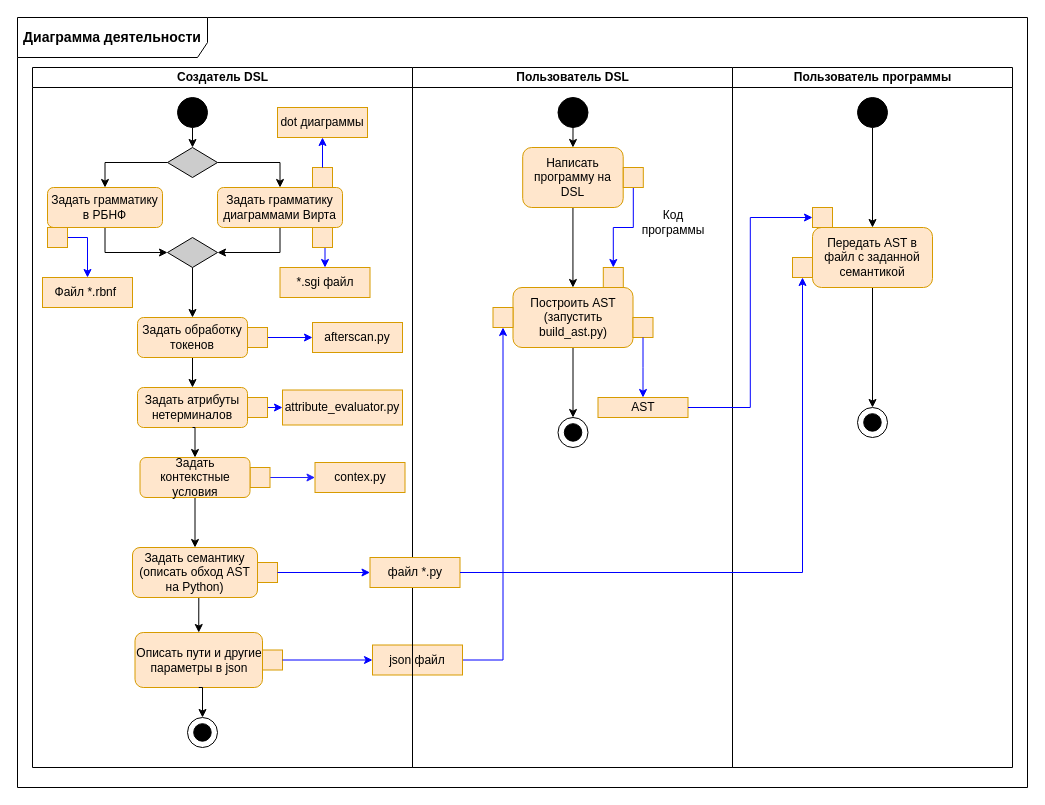
Before: _docs/raw_diagrams/activity_diagram.drawio in aVorotnikov/dsl_generator, a draw.io diagram. Source tidied: cells renumbered, new cells numbered last; positions are measured from the earlier drawing's top-left corner, leaving out a move shared by most shapes. Both pictures are drawn from the tidied source at 100%, with x=0, y=0 at pixel (17, 17).
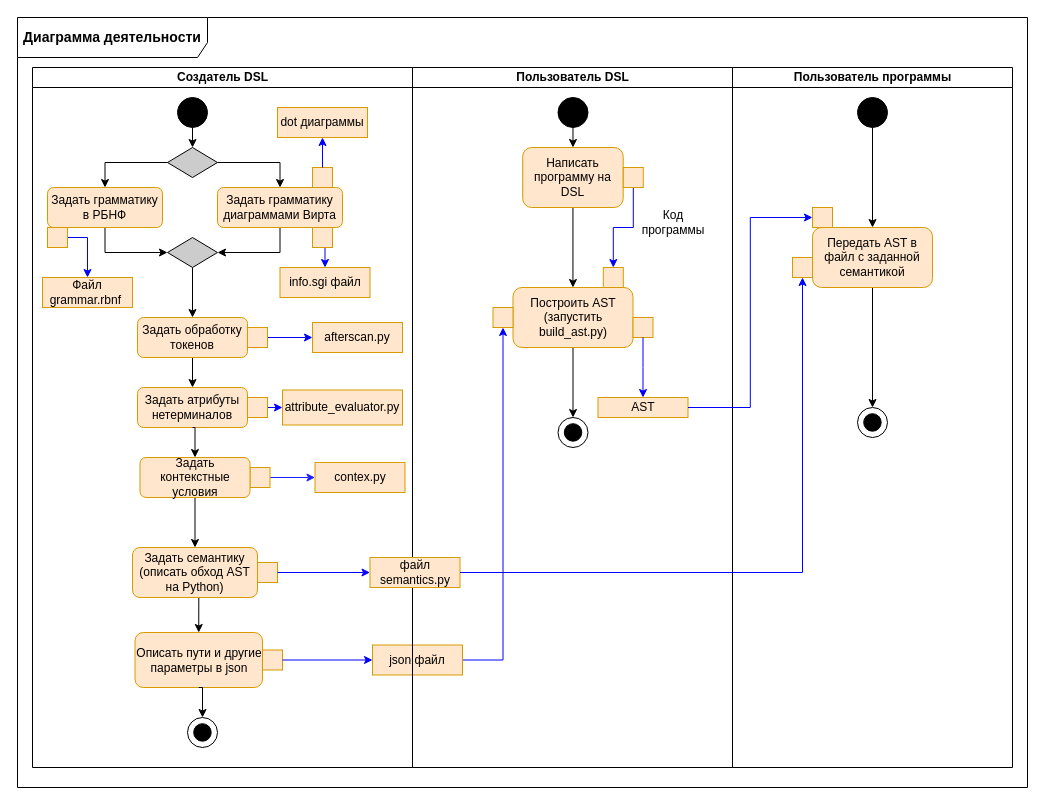
Above is the later version.

The change refers to these unchanged cells:
```xml
<mxCell id="31" value="Создатель DSL" style="swimlane;html=1;startSize=20;" parent="1" vertex="1">
  <mxGeometry x="15" y="50" width="380" height="700" as="geometry" />
</mxCell>
```

Diff of the diagram source:
```diff
@@
-    <mxCell id="58" value="Файл *.rbnf&amp;nbsp;" style="rounded=0;whiteSpace=wrap;html=1;fillColor=#ffe6cc;strokeColor=#d79b00;" parent="31" vertex="1">
+    <mxCell id="58" value="Файл grammar.rbnf&amp;nbsp;" style="rounded=0;whiteSpace=wrap;html=1;fillColor=#ffe6cc;strokeColor=#d79b00;" parent="31" vertex="1">
       <mxGeometry x="10" y="210" width="90" height="30" as="geometry" />
     </mxCell>
@@
-    <mxCell id="63" value="*.sgi файл" style="rounded=0;whiteSpace=wrap;html=1;fillColor=#ffe6cc;strokeColor=#d79b00;" parent="31" vertex="1">
+    <mxCell id="63" value="info.sgi файл" style="rounded=0;whiteSpace=wrap;html=1;fillColor=#ffe6cc;strokeColor=#d79b00;" parent="31" vertex="1">
       <mxGeometry x="247.5" y="200" width="90" height="30" as="geometry" />
     </mxCell>
@@
-    <mxCell id="66" value="файл *.py" style="rounded=0;whiteSpace=wrap;html=1;fillColor=#ffe6cc;strokeColor=#d79b00;" parent="31" vertex="1">
+    <mxCell id="66" value="файл semantics.py" style="rounded=0;whiteSpace=wrap;html=1;fillColor=#ffe6cc;strokeColor=#d79b00;" parent="31" vertex="1">
       <mxGeometry x="337.5" y="490" width="90" height="30" as="geometry" />
     </mxCell>
```
